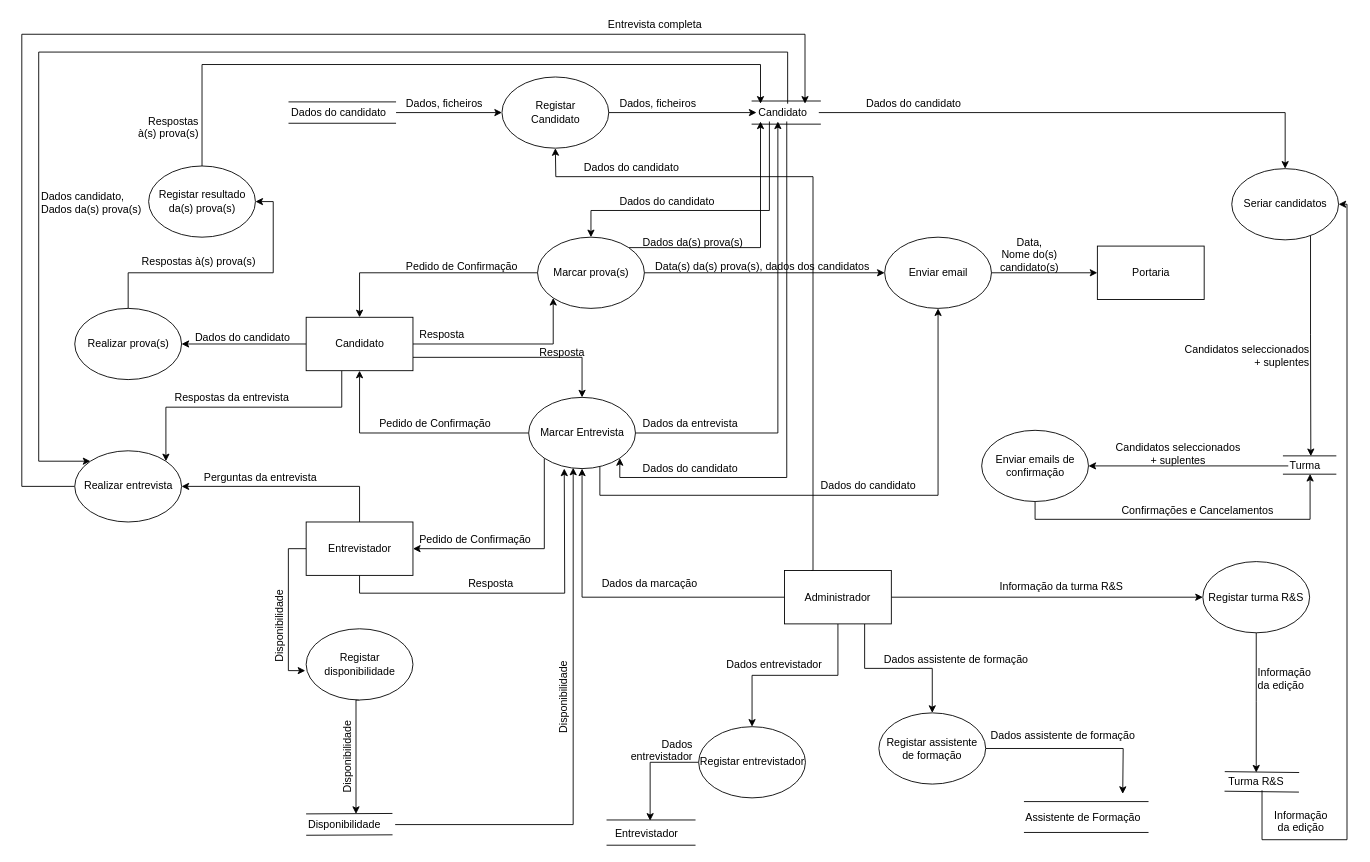
Above: projeto/Docs/Diagrama de Fluxo de Dados.drawio in blestonbandeira/grs (draw.io), before the change. Source tidied: cells renumbered, new cells numbered last; positions are measured from the earlier drawing's top-left corner, leaving out a move shared by most shapes. Both pictures are drawn from the tidied source at 89%, with x=0, y=0 at pixel (21, 15).
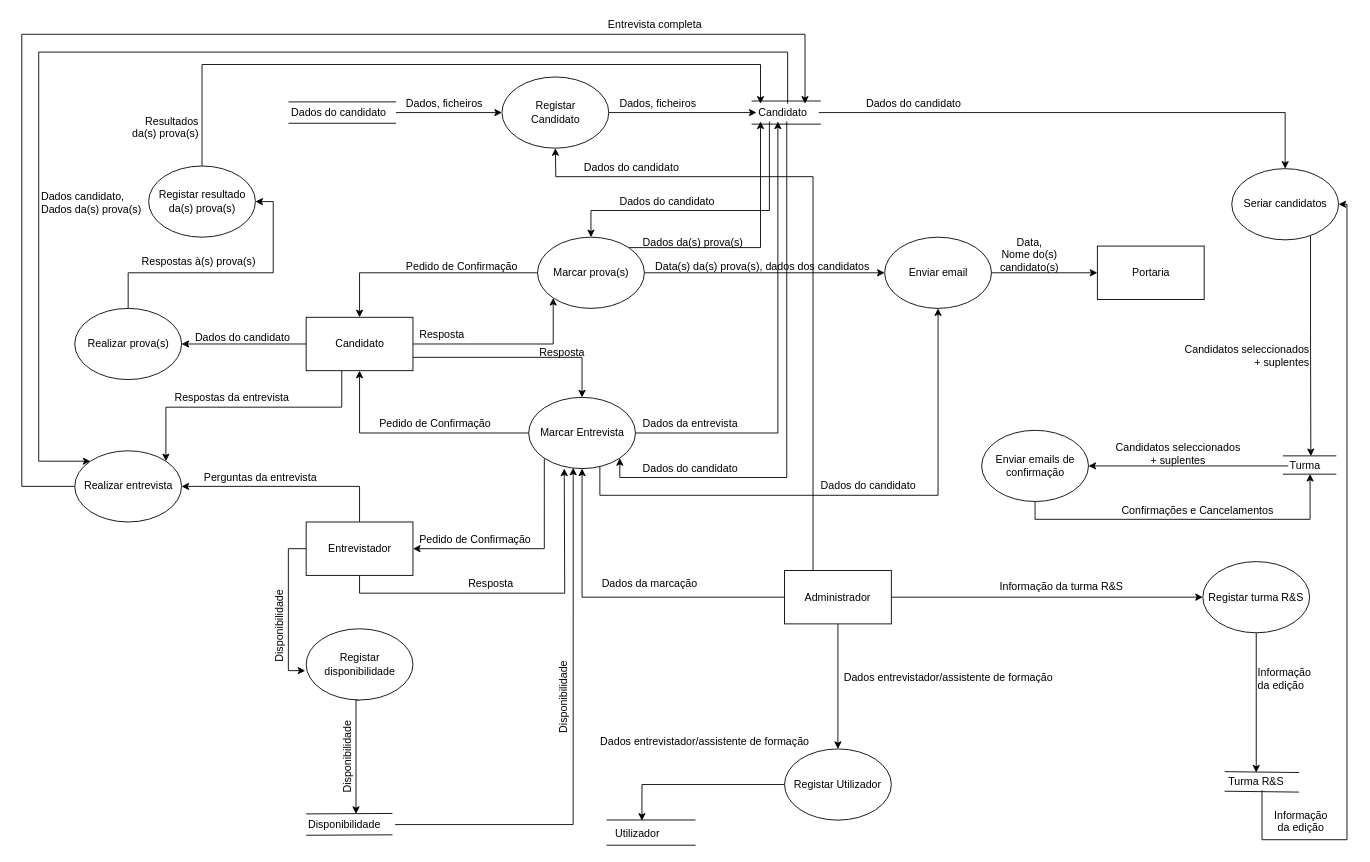
The same page after the edit.

Unchanged cells that the change refers to:
```xml
<mxCell id="75" value="Administrador" style="rounded=0;whiteSpace=wrap;html=1;" parent="1" vertex="1">
  <mxGeometry x="857" y="623.5" width="120" height="60" as="geometry" />
</mxCell>
```

The edit, as a diff of the source:
```diff
@@
-    <mxCell id="63" value="Respostas &lt;br&gt;à(s) prova(s)" style="text;html=1;align=right;verticalAlign=top;spacingTop=-4;rotation=0;" parent="1" vertex="1">
-      <mxGeometry x="119.5" y="109" width="80" height="30" as="geometry" />
+    <mxCell id="63" value="Resultados&lt;br&gt;da(s) prova(s)" style="text;html=1;align=right;verticalAlign=top;spacingTop=-4;rotation=0;" parent="1" vertex="1">
+      <mxGeometry x="109.5" y="109" width="90" height="30" as="geometry" />
     </mxCell>
@@
-    <mxCell id="72" style="edgeStyle=orthogonalEdgeStyle;rounded=0;jettySize=auto;html=1;exitX=0.75;exitY=1;exitDx=0;exitDy=0;entryX=0.5;entryY=0;entryDx=0;entryDy=0;" parent="1" edge="1" source="75" target="88">
-      <mxGeometry relative="1" as="geometry" />
-    </mxCell>
@@
-    <mxCell id="87" style="edgeStyle=orthogonalEdgeStyle;rounded=0;jettySize=auto;html=1;" parent="1" edge="1" source="88">
-      <mxGeometry relative="1" as="geometry">
-        <mxPoint x="1237" y="874.5" as="targetPoint" />
-      </mxGeometry>
-    </mxCell>
-    <mxCell id="88" value="Registar assistente de formação" style="ellipse;whiteSpace=wrap;html=1;" parent="1" vertex="1">
-      <mxGeometry x="963" y="783.5" width="120" height="80" as="geometry" />
-    </mxCell>
@@
-    <mxCell id="90" value="Registar entrevistador" style="ellipse;whiteSpace=wrap;html=1;" parent="1" vertex="1">
-      <mxGeometry x="760.5" y="799" width="120" height="80" as="geometry" />
+    <mxCell id="90" value="Registar Utilizador" style="ellipse;whiteSpace=wrap;html=1;" parent="1" vertex="1">
+      <mxGeometry x="857" y="824" width="120" height="80" as="geometry" />
     </mxCell>
-    <mxCell id="91" value="Dados entrevistador" style="text;html=1;align=left;verticalAlign=top;spacingTop=-4;" parent="1" vertex="1">
-      <mxGeometry x="789.5" y="719" width="120" height="20" as="geometry" />
+    <mxCell id="91" value="Dados entrevistador/assistente de formação&lt;br&gt;" style="text;html=1;align=left;verticalAlign=top;spacingTop=-4;" parent="1" vertex="1">
+      <mxGeometry x="922" y="734" width="250" height="20" as="geometry" />
     </mxCell>
@@
-    <mxCell id="93" value="Entrevistador" style="text;html=1;points=[];align=left;verticalAlign=top;spacingTop=-4;" parent="1" vertex="1">
-      <mxGeometry x="664.5" y="909" width="90" height="20" as="geometry" />
+    <mxCell id="93" value="Utilizador" style="text;html=1;points=[];align=left;verticalAlign=top;spacingTop=-4;" parent="1" vertex="1">
+      <mxGeometry x="664.5" y="909" width="70" height="20" as="geometry" />
     </mxCell>
-    <mxCell id="94" value="Dados &lt;br&gt;entrevistador" style="text;html=1;align=right;verticalAlign=top;spacingTop=-4;" parent="1" vertex="1">
-      <mxGeometry x="674.5" y="809" width="80" height="30" as="geometry" />
+    <mxCell id="94" value="&lt;span style=&quot;text-align: left&quot;&gt;Dados entrevistador/assistente de formação&lt;/span&gt;" style="text;html=1;align=right;verticalAlign=top;spacingTop=-4;" parent="1" vertex="1">
+      <mxGeometry x="635.5" y="806" width="250" height="20" as="geometry" />
     </mxCell>
-    <mxCell id="95" style="shape=link;html=1;width=34.70588235294118;" parent="1" edge="1">
-      <mxGeometry relative="1" as="geometry">
-        <mxPoint x="1126" y="900.5" as="sourcePoint" />
-        <mxPoint x="1266" y="900.5" as="targetPoint" />
-      </mxGeometry>
-    </mxCell>
-    <mxCell id="96" value="Assistente de Formação" style="text;html=1;align=left;verticalAlign=top;spacingTop=-4;" parent="1" vertex="1">
-      <mxGeometry x="1126" y="891.5" width="140" height="20" as="geometry" />
-    </mxCell>
-    <mxCell id="97" value="Dados assistente de formação&lt;br&gt;" style="text;html=1;align=left;verticalAlign=top;spacingTop=-4;" parent="1" vertex="1">
-      <mxGeometry x="967" y="713.5" width="180" height="20" as="geometry" />
-    </mxCell>
-    <mxCell id="98" value="Dados assistente de formação&lt;br&gt;" style="text;html=1;align=left;verticalAlign=top;spacingTop=-4;" parent="1" vertex="1">
-      <mxGeometry x="1087" y="799" width="180" height="20" as="geometry" />
-    </mxCell>
```
